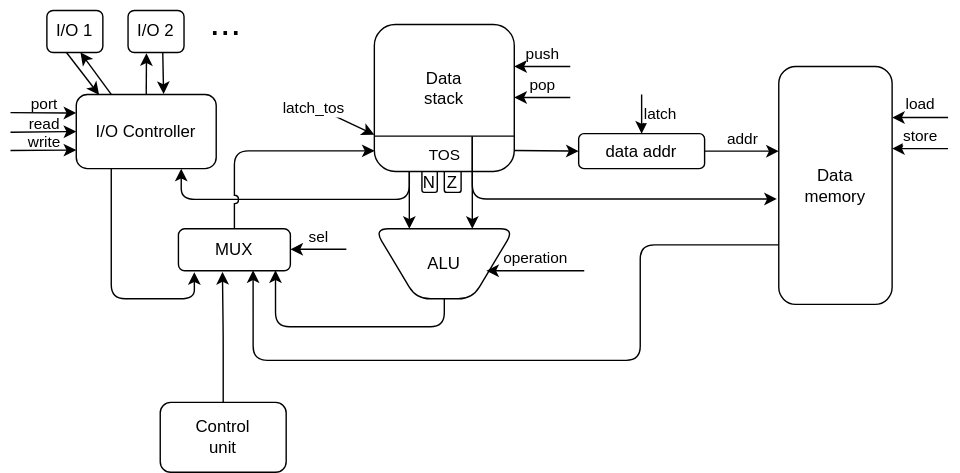
The draw.io diagram img/data_path.svg in Kliodt/csa_lab, before a commit. Source tidied: cells renumbered, new cells last; positions are measured from the earlier drawing's top-left corner, leaving out a move shared by most shapes. The source it was exported from:
```xml
<mxGraphModel background="#ffffff">
  <root>
    <mxCell id="0" />
    <mxCell id="1" parent="0" />
    <mxCell id="2" value="&lt;div&gt;&lt;br&gt;&lt;/div&gt;&lt;div&gt;&lt;br&gt;&lt;/div&gt;&lt;div&gt;Z&lt;/div&gt;" style="rounded=1;whiteSpace=wrap;html=1;" parent="1" vertex="1">
      <mxGeometry x="310" y="92" width="12" height="44" as="geometry" />
    </mxCell>
    <mxCell id="3" value="&lt;div&gt;&lt;br&gt;&lt;/div&gt;&lt;div&gt;&lt;br&gt;&lt;/div&gt;&lt;div&gt;N&lt;/div&gt;" style="rounded=1;whiteSpace=wrap;html=1;" parent="1" vertex="1">
      <mxGeometry x="294" y="92" width="11" height="44" as="geometry" />
    </mxCell>
    <mxCell id="4" style="edgeStyle=orthogonalEdgeStyle;jettySize=auto;html=1;exitX=0.25;exitY=1;exitDx=0;exitDy=0;entryX=0.75;entryY=1;entryDx=0;entryDy=0;jumpStyle=arc;" parent="1" edge="1" source="5" target="26">
      <mxGeometry relative="1" as="geometry" />
    </mxCell>
    <mxCell id="5" value="&lt;div&gt;Data&lt;/div&gt;&lt;div&gt;stack&lt;/div&gt;&lt;div&gt;&lt;br&gt;&lt;/div&gt;" style="rounded=1;whiteSpace=wrap;html=1;" parent="1" vertex="1">
      <mxGeometry x="260" y="16" width="100" height="105" as="geometry" />
    </mxCell>
    <mxCell id="6" value="TOS" style="endArrow=none;html=1;rounded=1;exitX=0;exitY=0.75;exitDx=0;exitDy=0;entryX=1;entryY=0.75;entryDx=0;entryDy=0;labelPosition=center;verticalLabelPosition=bottom;align=center;verticalAlign=top;" parent="1" edge="1">
      <mxGeometry relative="1" as="geometry">
        <mxPoint x="260" y="95.8" as="sourcePoint" />
        <mxPoint x="360" y="95.8" as="targetPoint" />
      </mxGeometry>
    </mxCell>
    <mxCell id="7" value="push" style="endArrow=classic;html=1;rounded=1;entryX=1;entryY=0.25;entryDx=0;entryDy=0;labelPosition=center;verticalLabelPosition=top;align=center;verticalAlign=bottom;" parent="1" edge="1">
      <mxGeometry relative="1" as="geometry">
        <mxPoint x="400" y="46" as="sourcePoint" />
        <mxPoint x="360" y="46" as="targetPoint" />
      </mxGeometry>
    </mxCell>
    <mxCell id="8" value="pop" style="endArrow=classic;html=1;rounded=1;entryX=1;entryY=0.25;entryDx=0;entryDy=0;labelPosition=center;verticalLabelPosition=top;align=center;verticalAlign=bottom;" parent="1" edge="1">
      <mxGeometry relative="1" as="geometry">
        <mxPoint x="400" y="68.2" as="sourcePoint" />
        <mxPoint x="360" y="68.2" as="targetPoint" />
      </mxGeometry>
    </mxCell>
    <mxCell id="9" style="shape=trapezoid;perimeter=trapezoidPerimeter;whiteSpace=wrap;html=1;fixedSize=1;rotation=-180;size=30;rounded=1;" parent="1" vertex="1">
      <mxGeometry x="260" y="162" width="100" height="50" as="geometry" />
    </mxCell>
    <mxCell id="10" value="ALU" style="text;html=1;align=center;verticalAlign=middle;whiteSpace=wrap;rounded=1;" parent="1" vertex="1">
      <mxGeometry x="280" y="172" width="60" height="30" as="geometry" />
    </mxCell>
    <mxCell id="11" style="endArrow=classic;html=1;rounded=1;entryX=0.75;entryY=1;entryDx=0;entryDy=0;exitX=0.25;exitY=1;exitDx=0;exitDy=0;" parent="1" edge="1" source="5" target="9">
      <mxGeometry relative="1" as="geometry" />
    </mxCell>
    <mxCell id="12" style="endArrow=classic;html=1;rounded=1;entryX=0.3;entryY=1;entryDx=0;entryDy=0;entryPerimeter=0;" parent="1" edge="1" target="9">
      <mxGeometry relative="1" as="geometry">
        <mxPoint x="330" y="96" as="sourcePoint" />
      </mxGeometry>
    </mxCell>
    <mxCell id="13" value="data addr" style="rounded=1;whiteSpace=wrap;html=1;" parent="1" vertex="1">
      <mxGeometry x="406" y="94" width="90" height="25" as="geometry" />
    </mxCell>
    <mxCell id="14" style="endArrow=classic;html=1;entryX=0;entryY=0.5;entryDx=0;entryDy=0;" parent="1" edge="1" target="13">
      <mxGeometry relative="1" as="geometry">
        <mxPoint x="360" y="106" as="sourcePoint" />
      </mxGeometry>
    </mxCell>
    <mxCell id="15" value="Data&lt;div&gt;memory&lt;/div&gt;" style="rounded=1;whiteSpace=wrap;html=1;" parent="1" vertex="1">
      <mxGeometry x="549" y="46" width="81" height="170" as="geometry" />
    </mxCell>
    <mxCell id="16" value="addr" style="edgeStyle=orthogonalEdgeStyle;jettySize=auto;html=1;exitX=1;exitY=0.5;exitDx=0;exitDy=0;labelPosition=center;verticalLabelPosition=top;align=center;verticalAlign=bottom;entryX=0;entryY=0.356;entryDx=0;entryDy=0;entryPerimeter=0;" parent="1" edge="1" source="13" target="15">
      <mxGeometry relative="1" as="geometry" />
    </mxCell>
    <mxCell id="17" value="MUX" style="rounded=1;whiteSpace=wrap;html=1;" parent="1" vertex="1">
      <mxGeometry x="120" y="162" width="80" height="30" as="geometry" />
    </mxCell>
    <mxCell id="18" style="edgeStyle=orthogonalEdgeStyle;jettySize=auto;html=1;exitX=0.5;exitY=0;exitDx=0;exitDy=0;entryX=0.867;entryY=0.989;entryDx=0;entryDy=0;entryPerimeter=0;" parent="1" edge="1" source="9" target="17">
      <mxGeometry relative="1" as="geometry" />
    </mxCell>
    <mxCell id="19" style="edgeStyle=orthogonalEdgeStyle;jettySize=auto;html=1;exitX=0;exitY=0.75;exitDx=0;exitDy=0;entryX=0.667;entryY=0.989;entryDx=0;entryDy=0;entryPerimeter=0;" parent="1" edge="1" source="15" target="17">
      <mxGeometry relative="1" as="geometry">
        <Array as="points">
          <mxPoint x="450" y="174" />
          <mxPoint x="450" y="256" />
          <mxPoint x="173" y="256" />
        </Array>
      </mxGeometry>
    </mxCell>
    <mxCell id="20" style="endArrow=classic;html=1;rounded=1;edgeStyle=orthogonalEdgeStyle;entryX=-0.017;entryY=0.557;entryDx=0;entryDy=0;entryPerimeter=0;" parent="1" edge="1" target="15">
      <mxGeometry relative="1" as="geometry">
        <mxPoint x="330" y="96" as="sourcePoint" />
        <Array as="points">
          <mxPoint x="330" y="141" />
        </Array>
      </mxGeometry>
    </mxCell>
    <mxCell id="21" value="latch" style="endArrow=classic;html=1;rounded=1;entryX=0.5;entryY=0;entryDx=0;entryDy=0;labelPosition=right;verticalLabelPosition=middle;align=left;verticalAlign=middle;" parent="1" edge="1" target="13">
      <mxGeometry relative="1" as="geometry">
        <mxPoint x="451" y="66" as="sourcePoint" />
      </mxGeometry>
    </mxCell>
    <mxCell id="22" value="latch_tos" style="endArrow=classic;html=1;rounded=1;entryX=0;entryY=0.75;entryDx=0;entryDy=0;labelPosition=center;verticalLabelPosition=middle;align=right;verticalAlign=bottom;labelBackgroundColor=default;horizontal=1;" parent="1" edge="1" target="5">
      <mxGeometry relative="1" as="geometry">
        <mxPoint x="220" y="76" as="sourcePoint" />
      </mxGeometry>
    </mxCell>
    <mxCell id="23" value="Control&lt;div&gt;unit&lt;/div&gt;" style="rounded=1;whiteSpace=wrap;html=1;" parent="1" vertex="1">
      <mxGeometry x="107" y="286" width="90" height="50" as="geometry" />
    </mxCell>
    <mxCell id="24" style="edgeStyle=orthogonalEdgeStyle;jettySize=auto;html=1;exitX=0.5;exitY=0;exitDx=0;exitDy=0;entryX=0.393;entryY=1.026;entryDx=0;entryDy=0;entryPerimeter=0;" parent="1" edge="1" source="23" target="17">
      <mxGeometry relative="1" as="geometry" />
    </mxCell>
    <mxCell id="25" style="edgeStyle=orthogonalEdgeStyle;jettySize=auto;html=1;exitX=0.5;exitY=0;exitDx=0;exitDy=0;entryX=0.002;entryY=0.86;entryDx=0;entryDy=0;entryPerimeter=0;jumpStyle=arc;" parent="1" edge="1" source="17" target="5">
      <mxGeometry relative="1" as="geometry" />
    </mxCell>
    <mxCell id="26" value="I/O Controller" style="rounded=1;whiteSpace=wrap;html=1;" parent="1" vertex="1">
      <mxGeometry x="47" y="66" width="100" height="53" as="geometry" />
    </mxCell>
    <mxCell id="27" value="I/O 2" style="rounded=1;whiteSpace=wrap;html=1;" parent="1" vertex="1">
      <mxGeometry x="84" y="6" width="40" height="30" as="geometry" />
    </mxCell>
    <mxCell id="28" style="edgeStyle=orthogonalEdgeStyle;jettySize=auto;html=1;exitX=0.25;exitY=1;exitDx=0;exitDy=0;entryX=0.142;entryY=1.033;entryDx=0;entryDy=0;entryPerimeter=0;" parent="1" edge="1" source="26" target="17">
      <mxGeometry relative="1" as="geometry" />
    </mxCell>
    <mxCell id="29" value="load" style="endArrow=classic;html=1;rounded=1;entryX=1;entryY=0.25;entryDx=0;entryDy=0;labelPosition=center;verticalLabelPosition=top;align=center;verticalAlign=bottom;" parent="1" edge="1">
      <mxGeometry relative="1" as="geometry">
        <mxPoint x="670" y="82.5" as="sourcePoint" />
        <mxPoint x="630" y="82.5" as="targetPoint" />
      </mxGeometry>
    </mxCell>
    <mxCell id="30" value="store" style="endArrow=classic;html=1;rounded=1;entryX=1;entryY=0.25;entryDx=0;entryDy=0;labelPosition=center;verticalLabelPosition=top;align=center;verticalAlign=bottom;" parent="1" edge="1">
      <mxGeometry relative="1" as="geometry">
        <mxPoint x="670" y="104.7" as="sourcePoint" />
        <mxPoint x="630" y="104.7" as="targetPoint" />
      </mxGeometry>
    </mxCell>
    <mxCell id="31" value="&lt;font style=&quot;font-size: 27px;&quot;&gt;...&lt;/font&gt;" style="text;html=1;align=center;verticalAlign=middle;whiteSpace=wrap;rounded=1;fontSize=27;" parent="1" vertex="1">
      <mxGeometry x="124" width="60" height="30" as="geometry" />
    </mxCell>
    <mxCell id="32" style="endArrow=classic;html=1;exitX=0.25;exitY=1;exitDx=0;exitDy=0;entryX=0.163;entryY=0.004;entryDx=0;entryDy=0;entryPerimeter=0;" parent="1" edge="1" target="26">
      <mxGeometry relative="1" as="geometry">
        <mxPoint x="40" y="36" as="sourcePoint" />
      </mxGeometry>
    </mxCell>
    <mxCell id="33" style="endArrow=classic;html=1;entryX=0.5;entryY=1;entryDx=0;entryDy=0;exitX=0.25;exitY=0;exitDx=0;exitDy=0;" parent="1" edge="1" source="26">
      <mxGeometry relative="1" as="geometry">
        <mxPoint x="50" y="36" as="targetPoint" />
      </mxGeometry>
    </mxCell>
    <mxCell id="34" value="I/O 1" style="rounded=1;whiteSpace=wrap;html=1;" parent="1" vertex="1">
      <mxGeometry x="26" y="6" width="40" height="30" as="geometry" />
    </mxCell>
    <mxCell id="35" style="endArrow=classic;html=1;entryX=0.329;entryY=1.017;entryDx=0;entryDy=0;entryPerimeter=0;exitX=0.5;exitY=0;exitDx=0;exitDy=0;" parent="1" edge="1" source="26" target="27">
      <mxGeometry relative="1" as="geometry" />
    </mxCell>
    <mxCell id="36" style="endArrow=classic;html=1;entryX=0.624;entryY=-0.007;entryDx=0;entryDy=0;entryPerimeter=0;exitX=0.62;exitY=0.998;exitDx=0;exitDy=0;exitPerimeter=0;" parent="1" edge="1" source="27" target="26">
      <mxGeometry relative="1" as="geometry" />
    </mxCell>
    <mxCell id="37" value="operation" style="endArrow=classic;html=1;rounded=1;entryX=1;entryY=0.25;entryDx=0;entryDy=0;labelPosition=center;verticalLabelPosition=top;align=center;verticalAlign=bottom;" parent="1" edge="1">
      <mxGeometry relative="1" as="geometry">
        <mxPoint x="410" y="192" as="sourcePoint" />
        <mxPoint x="340" y="192" as="targetPoint" />
      </mxGeometry>
    </mxCell>
    <mxCell id="38" value="sel" style="endArrow=classic;html=1;rounded=1;entryX=1;entryY=0.25;entryDx=0;entryDy=0;labelPosition=center;verticalLabelPosition=top;align=center;verticalAlign=bottom;" parent="1" edge="1">
      <mxGeometry relative="1" as="geometry">
        <mxPoint x="240" y="176.7" as="sourcePoint" />
        <mxPoint x="200" y="176.7" as="targetPoint" />
      </mxGeometry>
    </mxCell>
    <mxCell id="39" value="port" style="endArrow=classic;html=1;rounded=1;entryX=0;entryY=0.25;entryDx=0;entryDy=0;labelPosition=center;verticalLabelPosition=top;align=center;verticalAlign=bottom;labelBackgroundColor=none;spacing=-1;" parent="1" edge="1" target="26">
      <mxGeometry relative="1" as="geometry">
        <mxPoint y="79" as="sourcePoint" />
      </mxGeometry>
    </mxCell>
    <mxCell id="40" value="read" style="endArrow=classic;html=1;rounded=1;entryX=0;entryY=0.5;entryDx=0;entryDy=0;labelPosition=center;verticalLabelPosition=top;align=center;verticalAlign=bottom;labelBackgroundColor=none;spacingTop=0;spacing=-1;" parent="1" edge="1" target="26">
      <mxGeometry relative="1" as="geometry">
        <mxPoint y="93" as="sourcePoint" />
      </mxGeometry>
    </mxCell>
    <mxCell id="41" value="write" style="endArrow=classic;html=1;rounded=1;entryX=0;entryY=0.75;entryDx=0;entryDy=0;labelPosition=center;verticalLabelPosition=top;align=center;verticalAlign=bottom;labelBackgroundColor=none;spacing=-1;spacingBottom=0;" parent="1" edge="1" target="26">
      <mxGeometry relative="1" as="geometry">
        <mxPoint y="106" as="sourcePoint" />
      </mxGeometry>
    </mxCell>
  </root>
</mxGraphModel>
```
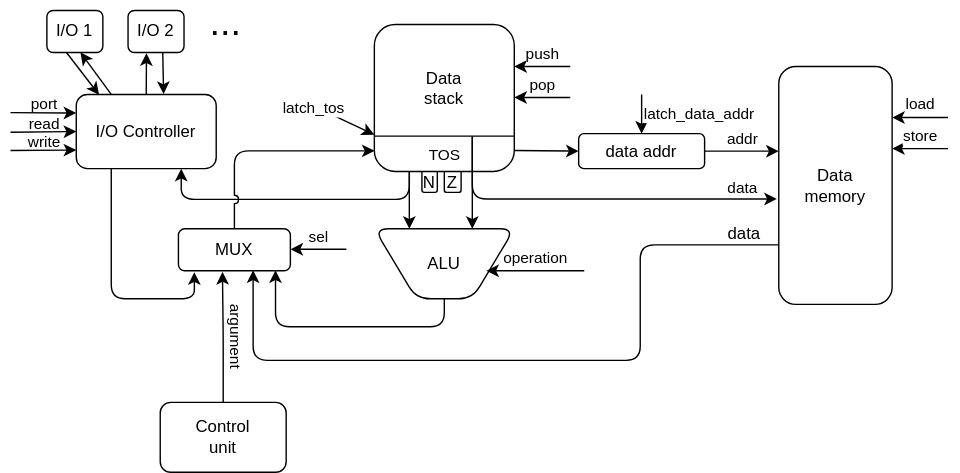
The same diagram one commit later.

Commit message:
report until testing

Change to the diagram source:
```diff
@@ -75,7 +75,7 @@
         </Array>
       </mxGeometry>
     </mxCell>
-    <mxCell id="20" style="endArrow=classic;html=1;rounded=1;edgeStyle=orthogonalEdgeStyle;entryX=-0.017;entryY=0.557;entryDx=0;entryDy=0;entryPerimeter=0;" parent="1" edge="1" target="15">
+    <mxCell id="20" value="&amp;nbsp; &amp;nbsp; &amp;nbsp; &amp;nbsp; &amp;nbsp; &amp;nbsp; &amp;nbsp; &amp;nbsp; &amp;nbsp; &amp;nbsp; &amp;nbsp; &amp;nbsp; &amp;nbsp; &amp;nbsp; &amp;nbsp; &amp;nbsp; &amp;nbsp; &amp;nbsp; &amp;nbsp; &amp;nbsp; &amp;nbsp; &amp;nbsp; &amp;nbsp; &amp;nbsp; &amp;nbsp; &amp;nbsp; &amp;nbsp; &amp;nbsp; &amp;nbsp; &amp;nbsp; &amp;nbsp; &amp;nbsp; &amp;nbsp; &amp;nbsp; &amp;nbsp; data" style="endArrow=classic;html=1;rounded=1;edgeStyle=orthogonalEdgeStyle;entryX=-0.017;entryY=0.557;entryDx=0;entryDy=0;entryPerimeter=0;verticalAlign=bottom;spacing=1;labelBackgroundColor=none;" parent="1" edge="1" target="15">
       <mxGeometry relative="1" as="geometry">
         <mxPoint x="330" y="96" as="sourcePoint" />
         <Array as="points">
@@ -83,7 +83,7 @@
         </Array>
       </mxGeometry>
     </mxCell>
-    <mxCell id="21" value="latch" style="endArrow=classic;html=1;rounded=1;entryX=0.5;entryY=0;entryDx=0;entryDy=0;labelPosition=right;verticalLabelPosition=middle;align=left;verticalAlign=middle;" parent="1" edge="1" target="13">
+    <mxCell id="21" value="latch_data_addr" style="endArrow=classic;html=1;rounded=1;entryX=0.5;entryY=0;entryDx=0;entryDy=0;labelPosition=right;verticalLabelPosition=middle;align=left;verticalAlign=middle;" parent="1" edge="1" target="13">
       <mxGeometry relative="1" as="geometry">
         <mxPoint x="451" y="66" as="sourcePoint" />
       </mxGeometry>
@@ -96,7 +96,7 @@
     <mxCell id="23" value="Control&lt;div&gt;unit&lt;/div&gt;" style="rounded=1;whiteSpace=wrap;html=1;" parent="1" vertex="1">
       <mxGeometry x="107" y="286" width="90" height="50" as="geometry" />
     </mxCell>
-    <mxCell id="24" style="edgeStyle=orthogonalEdgeStyle;jettySize=auto;html=1;exitX=0.5;exitY=0;exitDx=0;exitDy=0;entryX=0.393;entryY=1.026;entryDx=0;entryDy=0;entryPerimeter=0;" parent="1" edge="1" source="23" target="17">
+    <mxCell id="24" value="argument" style="edgeStyle=orthogonalEdgeStyle;jettySize=auto;html=1;exitX=0.5;exitY=0;exitDx=0;exitDy=0;entryX=0.393;entryY=1.026;entryDx=0;entryDy=0;entryPerimeter=0;horizontal=1;textDirection=vertical-lr;verticalAlign=middle;align=left;" parent="1" edge="1" source="23" target="17">
       <mxGeometry relative="1" as="geometry" />
     </mxCell>
     <mxCell id="25" style="edgeStyle=orthogonalEdgeStyle;jettySize=auto;html=1;exitX=0.5;exitY=0;exitDx=0;exitDy=0;entryX=0.002;entryY=0.86;entryDx=0;entryDy=0;entryPerimeter=0;jumpStyle=arc;" parent="1" edge="1" source="17" target="5">
@@ -172,5 +172,8 @@
         <mxPoint y="106" as="sourcePoint" />
       </mxGeometry>
     </mxCell>
+    <mxCell id="42" value="data" style="text;html=1;align=center;verticalAlign=middle;strokeColor=none;fillColor=none;" parent="1" vertex="1">
+      <mxGeometry x="499" y="151" width="50" height="30" as="geometry" />
+    </mxCell>
   </root>
 </mxGraphModel>
```
